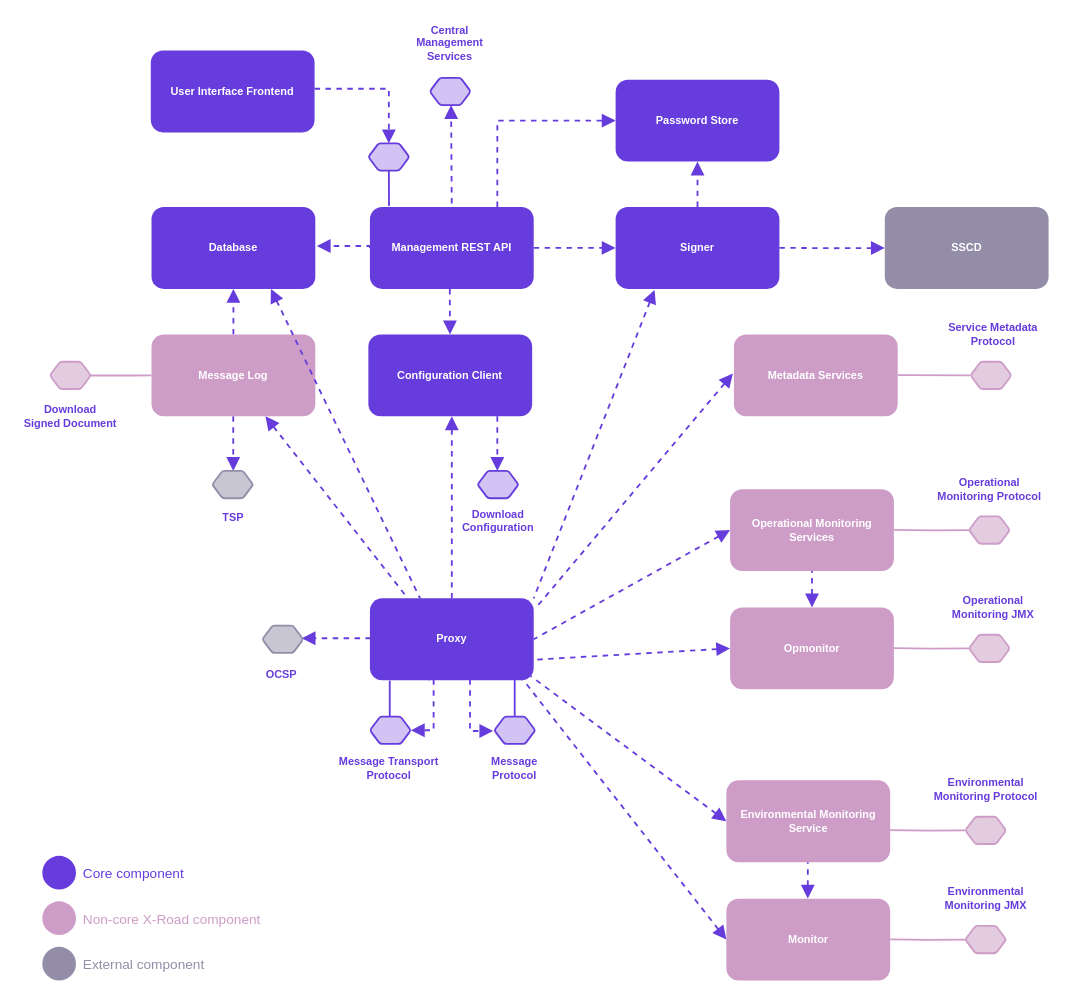
nordic-institute/X-Road keeps this draw.io diagram as doc/Architecture/img/arc-ss_security_server_component_diagram.drawio. Above is the earlier version. Source tidied: cells renumbered, new cells numbered last; positions are measured from the earlier drawing's top-left corner, leaving out a move shared by most shapes. Both pictures are drawn from the tidied source at 91%, with x=0, y=0 at pixel (15, 34).
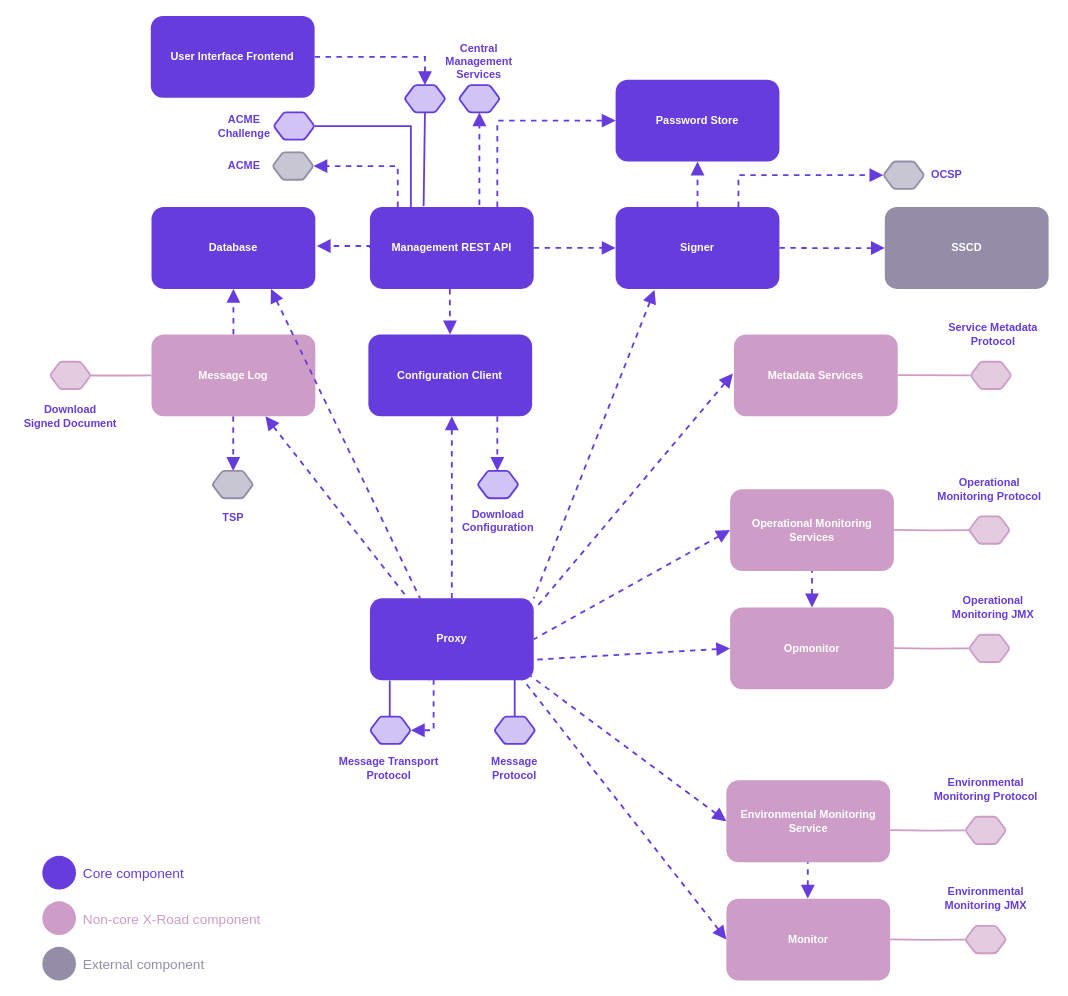
After the change.

Commit message (it also covers changes not shown here):
docs: Update Security Server architecture document

The change refers to these unchanged cells:
```xml
<mxCell id="49" value="&lt;b&gt;Management REST API&lt;/b&gt;" style="rounded=1;whiteSpace=wrap;html=1;dashed=1;strokeColor=none;strokeWidth=2;fontColor=#FFFFFF;fillColor=#663CDC;" parent="1" vertex="1">
  <mxGeometry x="389" y="190" width="180" height="90" as="geometry" />
</mxCell>
<mxCell id="54" value="&lt;b&gt;Signer&lt;/b&gt;" style="rounded=1;whiteSpace=wrap;html=1;dashed=1;strokeColor=none;strokeWidth=2;fontColor=#FFFFFF;fillColor=#663CDC;" parent="1" vertex="1">
  <mxGeometry x="659" y="190" width="180" height="90" as="geometry" />
</mxCell>
<mxCell id="60" style="shape=hexagon;perimeter=hexagonPerimeter2;whiteSpace=wrap;html=1;rounded=1;shadow=0;strokeColor=#663CDC;strokeWidth=2;fillColor=#D1C4F4;fontSize=15;fontColor=#FFFFFF;arcSize=5;" parent="1" vertex="1">
  <mxGeometry x="525.7" y="750" width="45" height="30" as="geometry" />
</mxCell>
```

What changed in the source:
```diff
@@
-    <mxCell id="10" style="edgeStyle=orthogonalEdgeStyle;rounded=0;orthogonalLoop=1;jettySize=auto;html=1;strokeWidth=2;fontColor=#663CDC;endArrow=block;endFill=1;strokeColor=#663CDC;dashed=1;endSize=10;exitX=0.5;exitY=0;exitDx=0;exitDy=0;fontStyle=1;startSize=10;" parent="1" edge="1">
+    <mxCell id="10" style="edgeStyle=orthogonalEdgeStyle;rounded=0;jettySize=auto;html=1;strokeWidth=2;fontColor=#663CDC;endArrow=block;endFill=1;strokeColor=#663CDC;dashed=1;endSize=10;exitX=0.5;exitY=0;exitDx=0;exitDy=0;fontStyle=1;startSize=10;entryX=0.5;entryY=1;entryDx=0;entryDy=0;" parent="1" edge="1" target="55">
       <mxGeometry relative="1" as="geometry">
-        <mxPoint x="479" y="190" as="sourcePoint" />
-        <mxPoint x="478.2" y="78" as="targetPoint" />
+        <mxPoint x="511" y="190" as="sourcePoint" />
         <Array as="points">
-          <mxPoint x="479" y="200" />
-          <mxPoint x="478" y="200" />
+          <mxPoint x="511" y="200" />
+          <mxPoint x="509" y="200" />
         </Array>
       </mxGeometry>
     </mxCell>
@@
-    <mxCell id="14" style="edgeStyle=orthogonalEdgeStyle;rounded=0;orthogonalLoop=1;jettySize=auto;html=1;strokeWidth=2;fontColor=#663CDC;endArrow=block;endFill=1;strokeColor=#663CDC;dashed=1;endSize=10;entryX=1.009;entryY=0.476;entryDx=0;entryDy=0;entryPerimeter=0;exitX=0;exitY=0.5;exitDx=0;exitDy=0;fontStyle=1;startSize=10;" parent="1" edge="1">
-      <mxGeometry relative="1" as="geometry">
-        <mxPoint x="389" y="665" as="sourcePoint" />
-        <mxPoint x="314" y="663.9" as="targetPoint" />
-        <Array as="points">
-          <mxPoint x="389" y="664" />
-        </Array>
-      </mxGeometry>
-    </mxCell>
@@
-    <mxCell id="19" style="edgeStyle=orthogonalEdgeStyle;rounded=0;jettySize=auto;html=1;strokeWidth=2;fontColor=#663CDC;endArrow=block;endFill=1;strokeColor=#663CDC;dashed=1;endSize=10;fontStyle=1;entryX=-0.026;entryY=0.527;entryDx=0;entryDy=0;entryPerimeter=0;startSize=10;" parent="1" edge="1" target="60">
-      <mxGeometry relative="1" as="geometry">
-        <mxPoint x="494" y="690" as="sourcePoint" />
-        <Array as="points">
-          <mxPoint x="499" y="690" />
-          <mxPoint x="499" y="766" />
-          <mxPoint x="525" y="766" />
-        </Array>
-      </mxGeometry>
-    </mxCell>
@@
     <mxCell id="26" value="&lt;span&gt;Central&lt;br&gt;Management&lt;br&gt;Services&lt;/span&gt;" style="text;html=1;strokeColor=none;fillColor=none;align=center;verticalAlign=middle;whiteSpace=wrap;rounded=0;fontColor=#663CDC;fontStyle=1;" parent="1" vertex="1">
-      <mxGeometry x="457.3" width="40" height="20" as="geometry" />
+      <mxGeometry x="489.3" y="20" width="40" height="20" as="geometry" />
     </mxCell>
@@
-    <mxCell id="29" value="OCSP" style="text;html=1;strokeColor=none;fillColor=none;align=center;verticalAlign=middle;whiteSpace=wrap;rounded=0;fontColor=#663CDC;fontStyle=1;" parent="1" vertex="1">
-      <mxGeometry x="272.3" y="694" width="40" height="20" as="geometry" />
-    </mxCell>
@@
-    <mxCell id="37" style="edgeStyle=orthogonalEdgeStyle;rounded=0;orthogonalLoop=1;jettySize=auto;html=1;strokeWidth=2;fontColor=#663CDC;endArrow=none;endFill=0;strokeColor=#663CDC;endSize=16;fontStyle=1;entryX=0.498;entryY=1.017;entryDx=0;entryDy=0;entryPerimeter=0;" parent="1" edge="1">
+    <mxCell id="37" style="rounded=0;jettySize=auto;html=1;strokeWidth=2;fontColor=#663CDC;endArrow=none;endFill=0;strokeColor=#663CDC;endSize=16;fontStyle=1;entryX=0.5;entryY=1;entryDx=0;entryDy=0;" parent="1" edge="1" target="56">
       <mxGeometry relative="1" as="geometry">
-        <mxPoint x="410" y="189" as="sourcePoint" />
-        <mxPoint x="409.8" y="148.7" as="targetPoint" />
-        <Array as="points">
-          <mxPoint x="410" y="189" />
-        </Array>
+        <mxPoint x="448" y="189" as="sourcePoint" />
       </mxGeometry>
     </mxCell>
-    <mxCell id="38" style="edgeStyle=orthogonalEdgeStyle;rounded=0;jettySize=auto;html=1;strokeWidth=2;fontColor=#663CDC;endArrow=block;endFill=1;strokeColor=#663CDC;dashed=1;endSize=10;entryX=0.5;entryY=0;entryDx=0;entryDy=0;fontStyle=1;startSize=10;" parent="1" edge="1" source="52" target="56">
-      <mxGeometry relative="1" as="geometry">
-        <Array as="points">
-          <mxPoint x="319" y="60" />
-          <mxPoint x="410" y="60" />
-        </Array>
-      </mxGeometry>
+    <mxCell id="38" style="rounded=0;jettySize=auto;html=1;strokeWidth=2;fontColor=#663CDC;endArrow=block;endFill=1;strokeColor=#663CDC;dashed=1;endSize=10;entryX=0.5;entryY=0;entryDx=0;entryDy=0;fontStyle=1;startSize=10;exitX=1;exitY=0.5;exitDx=0;exitDy=0;edgeStyle=orthogonalEdgeStyle;" parent="1" edge="1" source="52" target="56">
+      <mxGeometry relative="1" as="geometry" />
     </mxCell>
@@
     <mxCell id="52" value="&lt;b&gt;User Interface Frontend&lt;/b&gt;" style="rounded=1;whiteSpace=wrap;html=1;dashed=1;strokeColor=none;strokeWidth=2;fontColor=#FFFFFF;fillColor=#663CDC;" parent="1" vertex="1">
-      <mxGeometry x="148.2" y="18" width="180" height="90" as="geometry" />
+      <mxGeometry x="148.2" y="-20" width="180" height="90" as="geometry" />
     </mxCell>
@@
     <mxCell id="55" style="shape=hexagon;perimeter=hexagonPerimeter2;whiteSpace=wrap;html=1;rounded=1;shadow=0;strokeColor=#663CDC;strokeWidth=2;fillColor=#D1C4F4;fontSize=15;fontColor=#FFFFFF;arcSize=5;" parent="1" vertex="1">
-      <mxGeometry x="454.8" y="48" width="45" height="30" as="geometry" />
+      <mxGeometry x="486.8" y="56" width="45" height="30" as="geometry" />
     </mxCell>
     <mxCell id="56" style="shape=hexagon;perimeter=hexagonPerimeter2;whiteSpace=wrap;html=1;rounded=1;shadow=0;strokeColor=#663CDC;strokeWidth=2;fillColor=#D1C4F4;fontSize=15;fontColor=#FFFFFF;arcSize=5;" parent="1" vertex="1">
-      <mxGeometry x="387.3" y="120" width="45" height="30" as="geometry" />
+      <mxGeometry x="427" y="56" width="45" height="30" as="geometry" />
     </mxCell>
@@
-    <mxCell id="61" style="shape=hexagon;perimeter=hexagonPerimeter2;whiteSpace=wrap;html=1;rounded=1;shadow=0;strokeWidth=2;fontSize=15;fontColor=#FFFFFF;arcSize=5;strokeColor=#948DA8;fillColor=#C9C6D3;" parent="1" vertex="1">
-      <mxGeometry x="270.7" y="650" width="45" height="30" as="geometry" />
-    </mxCell>
@@
+    <mxCell id="81" style="rounded=0;jettySize=auto;html=1;strokeWidth=2;fontColor=#663CDC;endArrow=none;endFill=0;strokeColor=#663CDC;endSize=16;fontStyle=1;exitX=0.25;exitY=0;exitDx=0;exitDy=0;entryX=1;entryY=0.5;entryDx=0;entryDy=0;edgeStyle=orthogonalEdgeStyle;" parent="1" edge="1" source="49" target="82">
+      <mxGeometry relative="1" as="geometry" />
+    </mxCell>
+    <mxCell id="82" style="shape=hexagon;perimeter=hexagonPerimeter2;whiteSpace=wrap;html=1;rounded=1;shadow=0;strokeColor=#663CDC;strokeWidth=2;fillColor=#D1C4F4;fontSize=15;fontColor=#FFFFFF;arcSize=5;" parent="1" vertex="1">
+      <mxGeometry x="283.2" y="86" width="45" height="30" as="geometry" />
+    </mxCell>
+    <mxCell id="83" value="ACME&lt;br&gt;Challenge" style="text;html=1;strokeColor=none;fillColor=none;align=center;verticalAlign=middle;whiteSpace=wrap;rounded=0;fontColor=#663CDC;fontStyle=1;" parent="1" vertex="1">
+      <mxGeometry x="230.7" y="91" width="40" height="20" as="geometry" />
+    </mxCell>
+    <mxCell id="84" style="edgeStyle=orthogonalEdgeStyle;rounded=0;orthogonalLoop=1;jettySize=auto;html=1;strokeWidth=2;fontColor=#663CDC;endArrow=block;endFill=1;strokeColor=#663CDC;dashed=1;endSize=10;fontStyle=1;startSize=10;entryX=1;entryY=0.5;entryDx=0;entryDy=0;exitX=0.142;exitY=0.016;exitDx=0;exitDy=0;exitPerimeter=0;" parent="1" edge="1">
+      <mxGeometry relative="1" as="geometry">
+        <mxPoint x="419.6" y="190" as="sourcePoint" />
+        <mxPoint x="327" y="145" as="targetPoint" />
+        <Array as="points">
+          <mxPoint x="420" y="145" />
+        </Array>
+      </mxGeometry>
+    </mxCell>
+    <mxCell id="85" value="ACME" style="text;html=1;strokeColor=none;fillColor=none;align=center;verticalAlign=middle;whiteSpace=wrap;rounded=0;fontColor=#663CDC;fontStyle=1;" parent="1" vertex="1">
+      <mxGeometry x="230.7" y="135" width="40" height="20" as="geometry" />
+    </mxCell>
+    <mxCell id="29" value="OCSP" style="text;html=1;strokeColor=none;fillColor=none;align=center;verticalAlign=middle;whiteSpace=wrap;rounded=0;fontColor=#663CDC;fontStyle=1;" parent="1" vertex="1">
+      <mxGeometry x="1003.2" y="145" width="40" height="20" as="geometry" />
+    </mxCell>
+    <mxCell id="86" style="rounded=0;jettySize=auto;html=1;strokeWidth=2;fontColor=#663CDC;endArrow=block;endFill=1;strokeColor=#663CDC;dashed=1;endSize=10;entryX=0;entryY=0.5;entryDx=0;entryDy=0;exitX=0.75;exitY=0;exitDx=0;exitDy=0;fontStyle=1;startSize=10;edgeStyle=orthogonalEdgeStyle;" parent="1" edge="1" source="54" target="87">
+      <mxGeometry relative="1" as="geometry" />
+    </mxCell>
+    <mxCell id="87" style="shape=hexagon;perimeter=hexagonPerimeter2;whiteSpace=wrap;html=1;rounded=1;shadow=0;strokeWidth=2;fontSize=15;fontColor=#FFFFFF;arcSize=5;strokeColor=#948DA8;fillColor=#C9C6D3;" parent="1" vertex="1">
+      <mxGeometry x="953.2" y="140" width="45" height="30" as="geometry" />
+    </mxCell>
+    <mxCell id="88" style="shape=hexagon;perimeter=hexagonPerimeter2;whiteSpace=wrap;html=1;rounded=1;shadow=0;strokeWidth=2;fontSize=15;fontColor=#FFFFFF;arcSize=5;strokeColor=#948DA8;fillColor=#C9C6D3;" parent="1" vertex="1">
+      <mxGeometry x="282" y="130" width="45" height="30" as="geometry" />
+    </mxCell>
```
